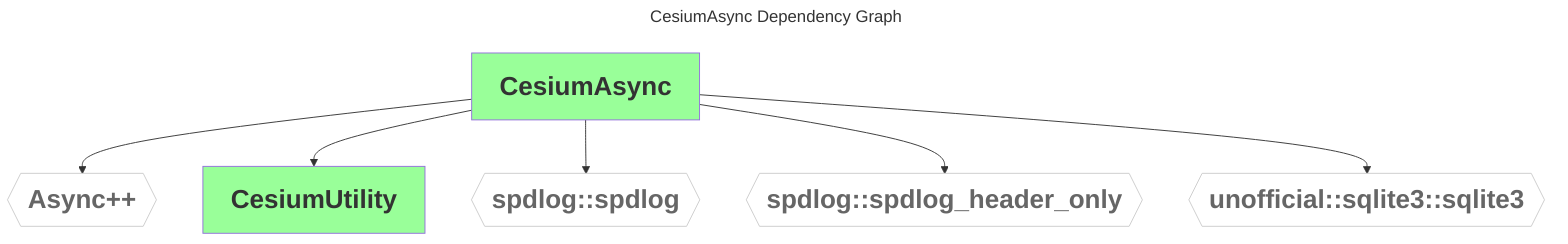
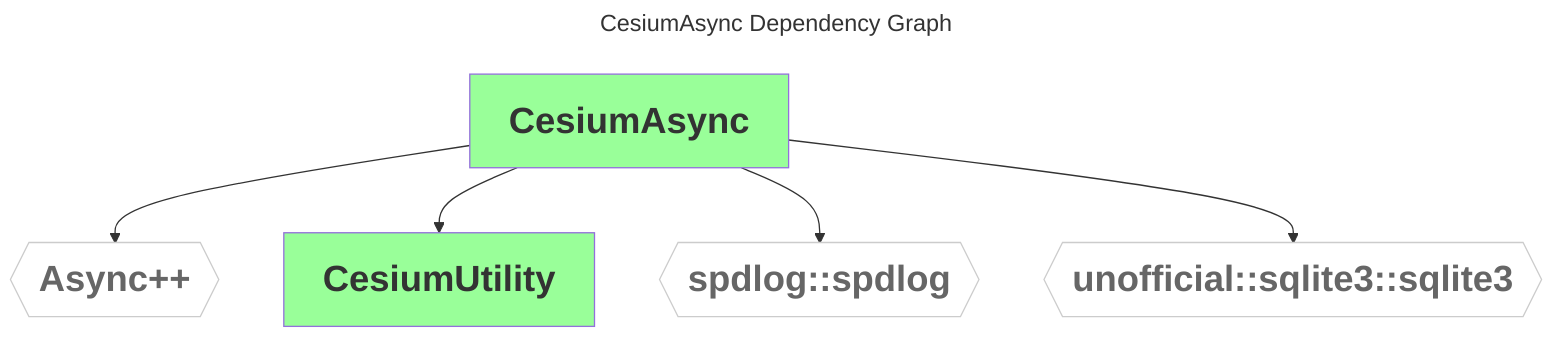
---
comment: This file was generated by dep-graph-gen. DO NOT EDIT THIS FILE!

title: CesiumAsync Dependency Graph
---
graph TD
  classDef dependencyNode fill:#fff,stroke:#ccc,color:#666,font-weight:bold,font-size:28px
  classDef libraryNode fill:#9f9,font-weight:bold,font-size:28px
  CesiumAsync[CesiumAsync] --> Async_{{Async++}}
  CesiumAsync[CesiumAsync] --> CesiumUtility[CesiumUtility]
  CesiumAsync[CesiumAsync] --> spdlog_spdlog{{spdlog::spdlog}}
-   CesiumAsync[CesiumAsync] --> spdlog_spdlog_header_only{{spdlog::spdlog_header_only}}
  CesiumAsync[CesiumAsync] --> unofficial_sqlite3_sqlite3{{unofficial::sqlite3::sqlite3}}
-   class Async_,spdlog_spdlog,spdlog_spdlog_header_only,unofficial_sqlite3_sqlite3 dependencyNode
+   class Async_,spdlog_spdlog,unofficial_sqlite3_sqlite3 dependencyNode
  class CesiumUtility,CesiumAsync libraryNode
